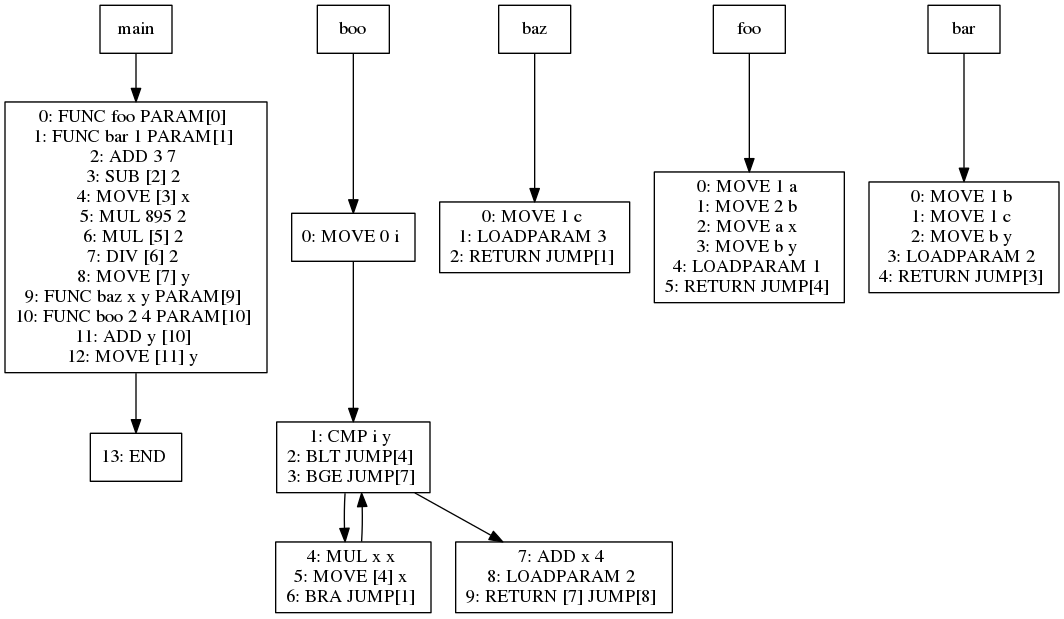
jiahanwang/PL241-Compiler keeps this Graphviz diagram as viz/test016.dot.png. Above is the earlier version. Its source is kept beside it as viz/test016.dot.
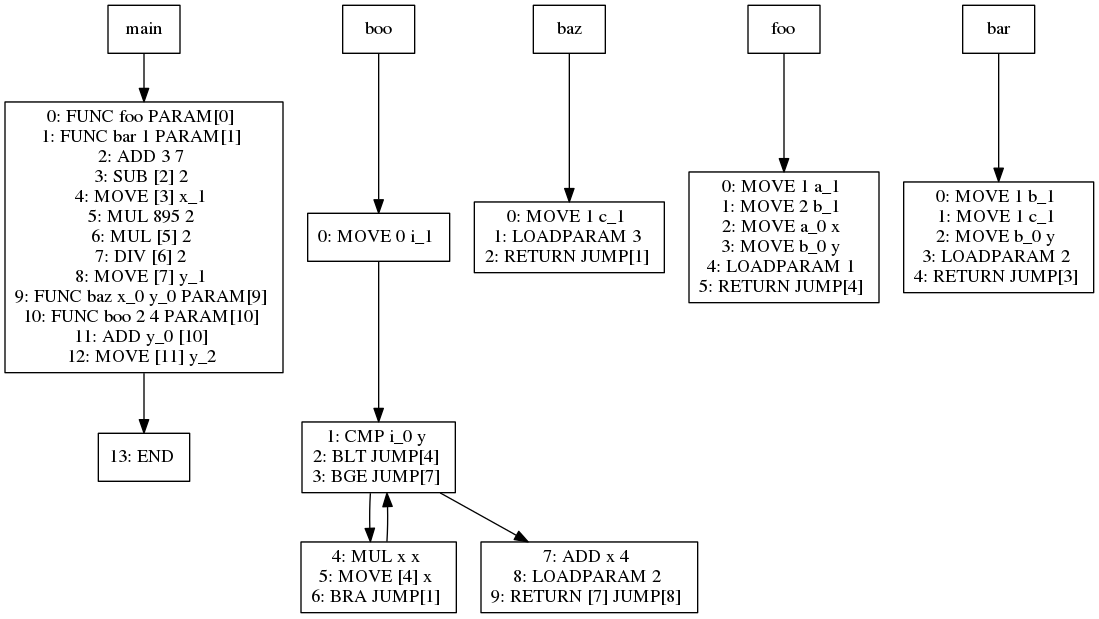
Later version of the same file.

Diff of the diagram source:
```diff
@@ -1,64 +1,64 @@
 digraph test016 {
 node [shape=box]
-300[label="main"]
-300 -> 323
-323[label="0: FUNC foo PARAM[0]
+1[label="main"]
+1 -> 24
+24[label="0: FUNC foo PARAM[0]
 1: FUNC bar 1 PARAM[1]
 2: ADD 3 7
 3: SUB [2] 2
-4: MOVE [3] x
+4: MOVE [3] x_1
 5: MUL 895 2
 6: MUL [5] 2
 7: DIV [6] 2
-8: MOVE [7] y
-9: FUNC baz x y PARAM[9]
+8: MOVE [7] y_1
+9: FUNC baz x_0 y_0 PARAM[9]
 10: FUNC boo 2 4 PARAM[10]
-11: ADD y [10]
-12: MOVE [11] y
+11: ADD y_0 [10]
+12: MOVE [11] y_2
 "]
-323 -> 329
-329[label="13: END
+24 -> 30
+30[label="13: END
 "]
-316[label="boo"]
-316 -> 318
-318[label="0: MOVE 0 i
+17[label="boo"]
+17 -> 19
+19[label="0: MOVE 0 i_1
 "]
-318 -> 319
-319[label="1: CMP i y
+19 -> 20
+20[label="1: CMP i_0 y
 2: BLT JUMP[4]
 3: BGE JUMP[7]
 "]
-319 -> 321
-321[label="4: MUL x x
+20 -> 22
+22[label="4: MUL x x
 5: MOVE [4] x
 6: BRA JUMP[1]
 "]
-321 -> 319
-319 -> 320
-320[label="7: ADD x 4
+22 -> 20
+20 -> 21
+21[label="7: ADD x 4
 8: LOADPARAM 2
 9: RETURN [7] JUMP[8]
 "]
-313[label="baz"]
-313 -> 315
-315[label="0: MOVE 1 c
+14[label="baz"]
+14 -> 16
+16[label="0: MOVE 1 c_1
 1: LOADPARAM 3
 2: RETURN JUMP[1]
 "]
-302[label="foo"]
-302 -> 304
-304[label="0: MOVE 1 a
-1: MOVE 2 b
-2: MOVE a x
-3: MOVE b y
+3[label="foo"]
+3 -> 5
+5[label="0: MOVE 1 a_1
+1: MOVE 2 b_1
+2: MOVE a_0 x
+3: MOVE b_0 y
 4: LOADPARAM 1
 5: RETURN JUMP[4]
 "]
-308[label="bar"]
-308 -> 310
-310[label="0: MOVE 1 b
-1: MOVE 1 c
-2: MOVE b y
+9[label="bar"]
+9 -> 11
+11[label="0: MOVE 1 b_1
+1: MOVE 1 c_1
+2: MOVE b_0 y
 3: LOADPARAM 2
 4: RETURN JUMP[3]
 "]
```
